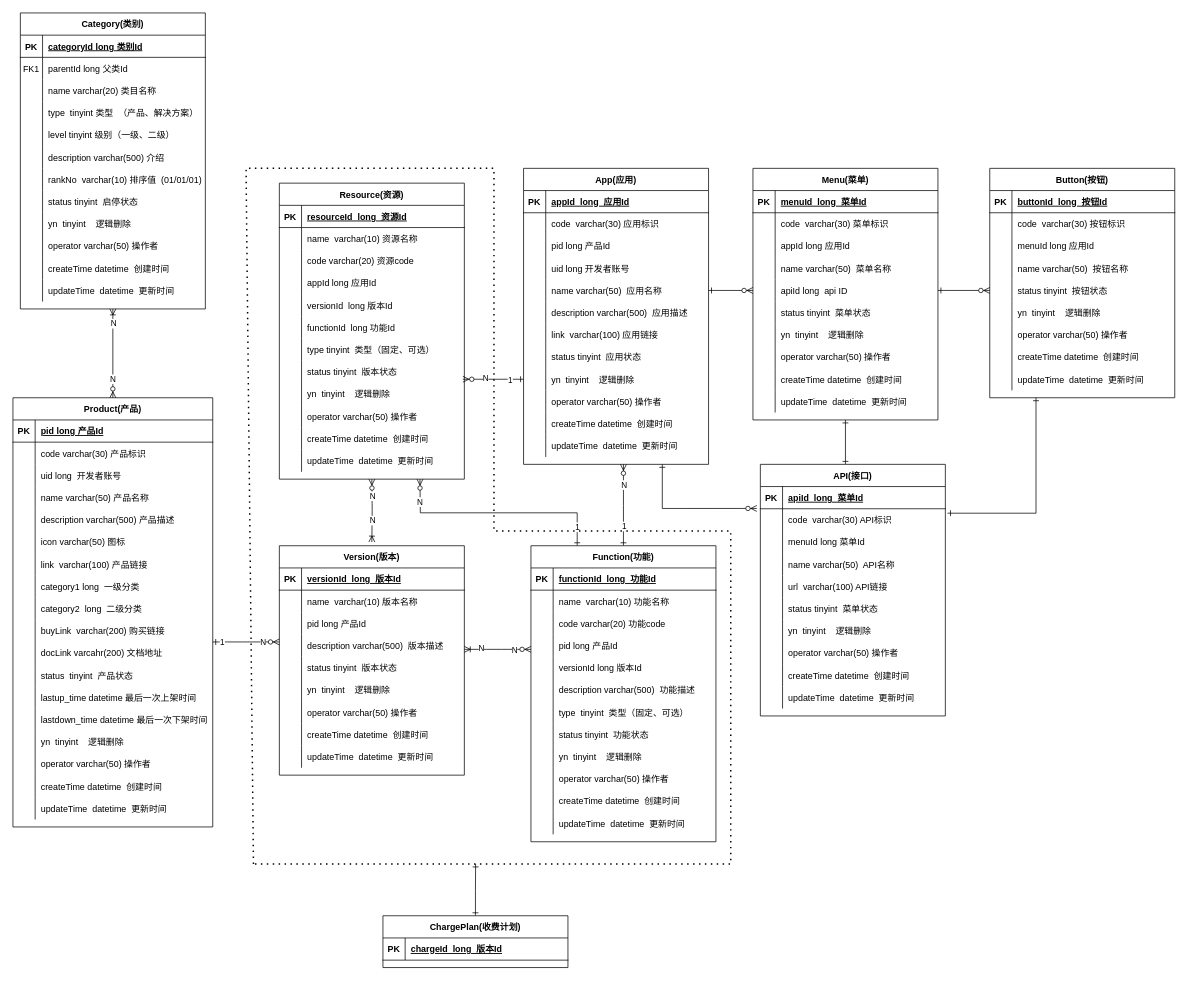
This is product.drawio from AjaxXu/Diagram, a draw.io file, before an edit. Source tidied: cells renumbered, new cells numbered last; positions are measured from the earlier drawing's top-left corner, leaving out a move shared by most shapes. Both pictures are drawn from the tidied source at 74%, with x=0, y=0 at pixel (13, 13).
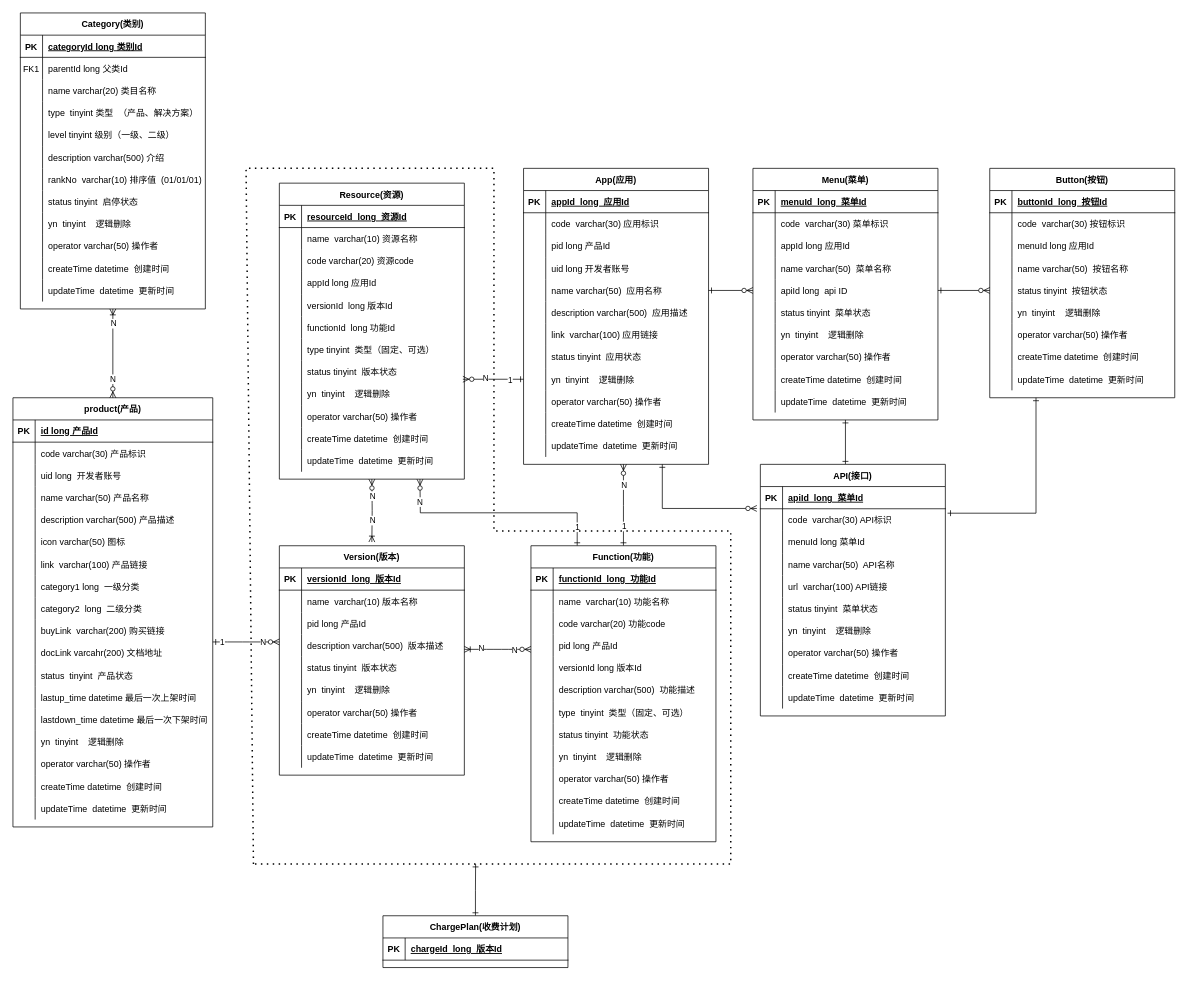
Above is the later version.

Unchanged cells that the change refers to:
```xml
<mxCell id="41" style="shape=partialRectangle;fillColor=none;top=0;left=0;right=0;bottom=1;" parent="40" vertex="1">
  <mxGeometry y="30" width="270" height="30" as="geometry" />
</mxCell>
```

The edit, as a diff of the source:
```diff
@@
-    <mxCell id="40" value="Product(产品)" style="shape=table;startSize=30;childLayout=tableLayout;rowLines=0;fontStyle=1;align=center;" parent="1" vertex="1">
+    <mxCell id="40" value="product(产品)" style="shape=table;startSize=30;childLayout=tableLayout;rowLines=0;fontStyle=1;align=center;" parent="1" vertex="1">
       <mxGeometry y="520" width="270" height="580" as="geometry" />
     </mxCell>
@@
-    <mxCell id="43" value="pid long 产品Id" style="shape=partialRectangle;overflow=hidden;fillColor=none;top=0;left=0;bottom=0;right=0;align=left;spacingLeft=6;fontStyle=5;" parent="41" vertex="1">
+    <mxCell id="43" value="id long 产品Id" style="shape=partialRectangle;overflow=hidden;fillColor=none;top=0;left=0;bottom=0;right=0;align=left;spacingLeft=6;fontStyle=5;" parent="41" vertex="1">
       <mxGeometry x="30" width="240" height="30" as="geometry" />
     </mxCell>
```
